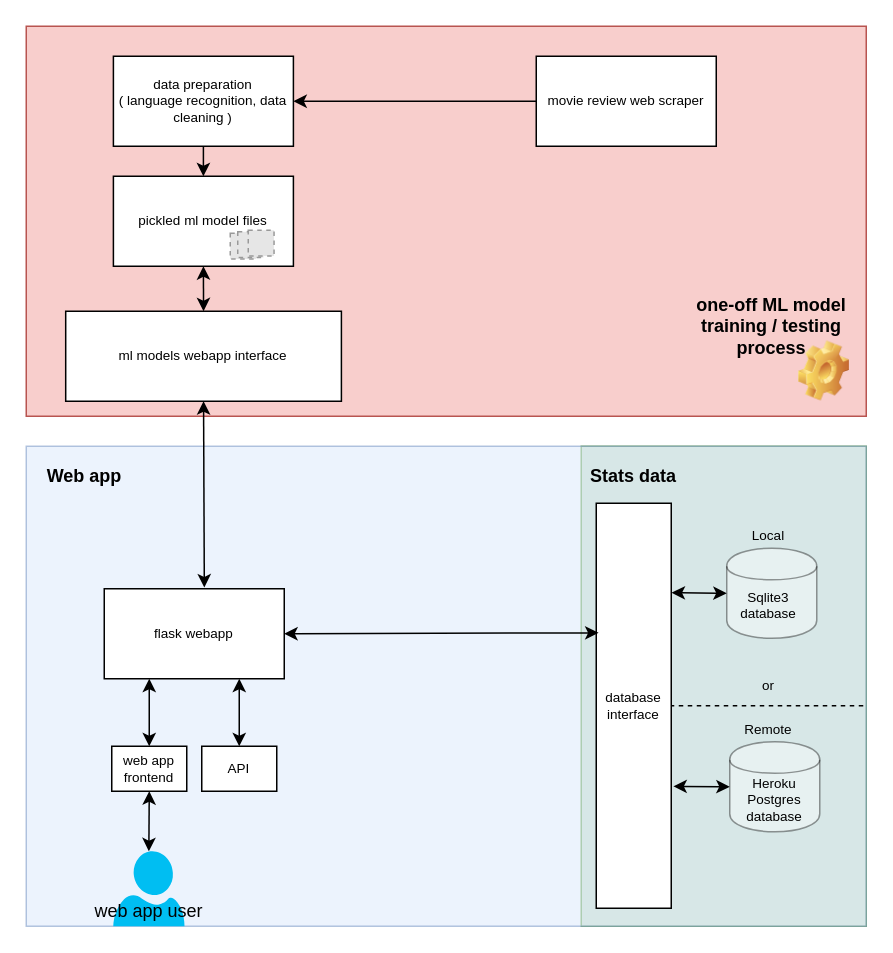
This is docs/img/10000ft_project_overview.drawio from datahappy1/czech_language_sentiment_analyzer, a draw.io file, before an edit. Source tidied: cells renumbered, new cells numbered last; positions are measured from the earlier drawing's top-left corner, leaving out a move shared by most shapes. Both pictures are drawn from the tidied source at 150%, with x=0, y=0 at pixel (26, 26). Pictures stored in the file or linked from it are replaced by grey dashed boxes.
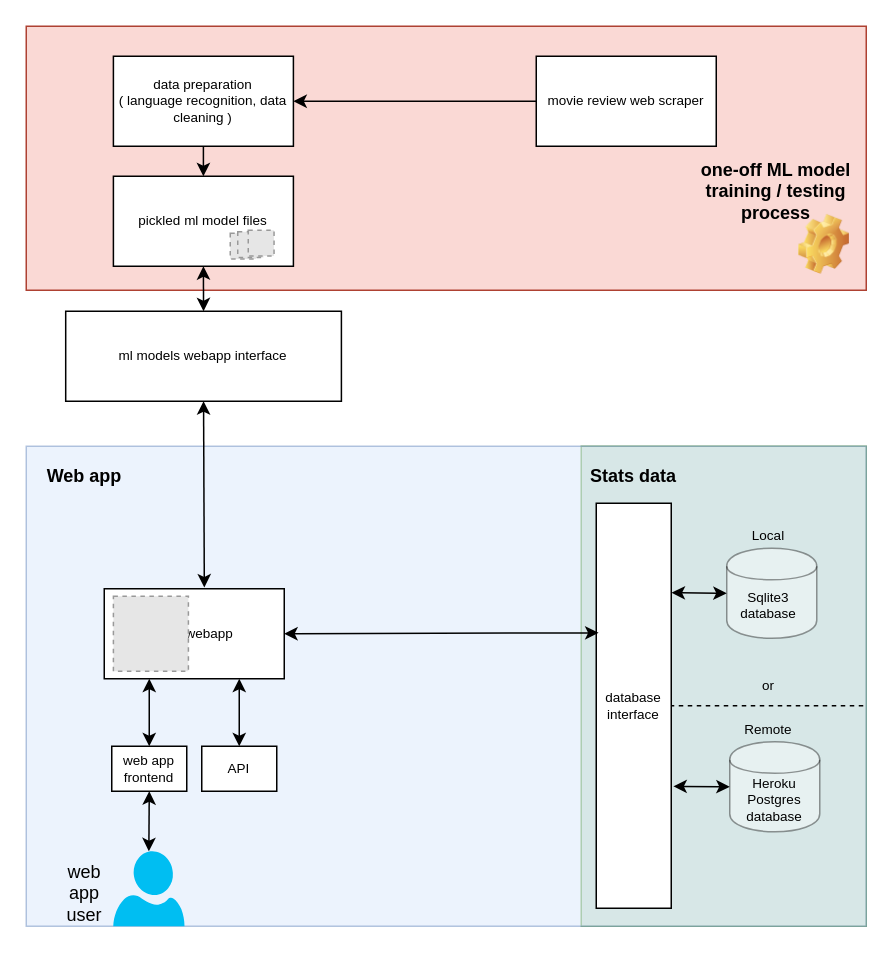
After the change.

The edit, as a diff of the source:
```diff
@@
-    <mxCell id="4" style="rounded=0;whiteSpace=wrap;html=1;fontSize=9;align=center;fillColor=#f8cecc;strokeColor=#b85450;" parent="1" vertex="1">
-      <mxGeometry width="560" height="260" as="geometry" />
+    <mxCell id="4" style="rounded=0;whiteSpace=wrap;html=1;fontSize=9;align=center;fillColor=#fad9d5;strokeColor=#ae4132;" parent="1" vertex="1">
+      <mxGeometry width="560" height="176" as="geometry" />
     </mxCell>
@@
     <mxCell id="30" value="one-off ML model training / testing process" style="text;html=1;strokeColor=none;fillColor=none;align=center;verticalAlign=middle;whiteSpace=wrap;rounded=0;fontStyle=1;" parent="1" vertex="1">
-      <mxGeometry x="437" y="190" width="120" height="20" as="geometry" />
+      <mxGeometry x="440" y="100" width="120" height="20" as="geometry" />
     </mxCell>
     <mxCell id="31" style="shape=image;html=1;verticalLabelPosition=bottom;labelBackgroundColor=#ffffff;verticalAlign=top;imageAspect=0;image=img/clipart/Gear_128x128.png;" parent="1" vertex="1">
-      <mxGeometry x="515" y="210" width="34" height="40" as="geometry" />
+      <mxGeometry x="515" y="125.6" width="34" height="40" as="geometry" />
     </mxCell>
@@
     <mxCell id="38" value="web app user" style="text;html=1;strokeColor=none;fillColor=none;align=center;verticalAlign=middle;whiteSpace=wrap;rounded=0;" parent="1" vertex="1">
-      <mxGeometry x="38" y="580" width="88" height="20" as="geometry" />
+      <mxGeometry x="19.2" y="568" width="40" height="20" as="geometry" />
     </mxCell>
+    <mxCell id="39" style="fillColor=#E6E6E6;strokeColor=#999999;dashed=1;html=1;verticalAlign=top;verticalLabelPosition=bottom;labelBackgroundColor=#ffffff;" parent="1" vertex="1">
+      <mxGeometry x="58.1" y="380" width="50" height="50" as="geometry" />
+    </mxCell>
```
